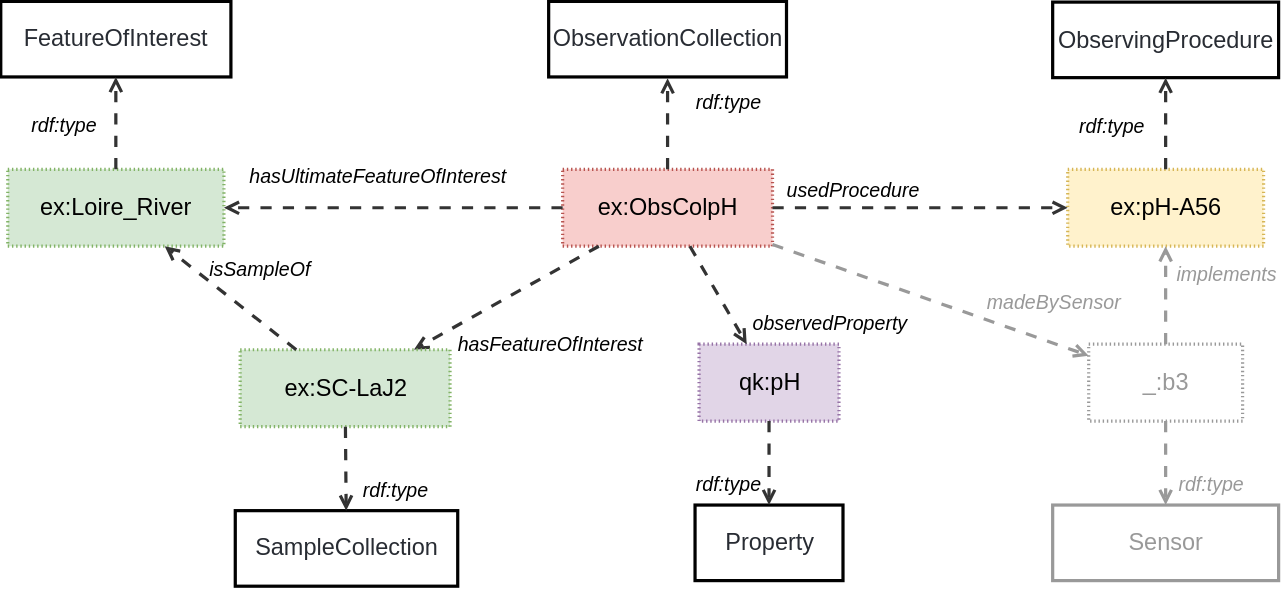
Earlier version of the draw.io export ssn/images/PlannedObservationCollection.svg (w3c/sdw-sosa-ssn). Source tidied: cells renumbered, new cells last; positions are measured from the earlier drawing's top-left corner, leaving out a move shared by most shapes.
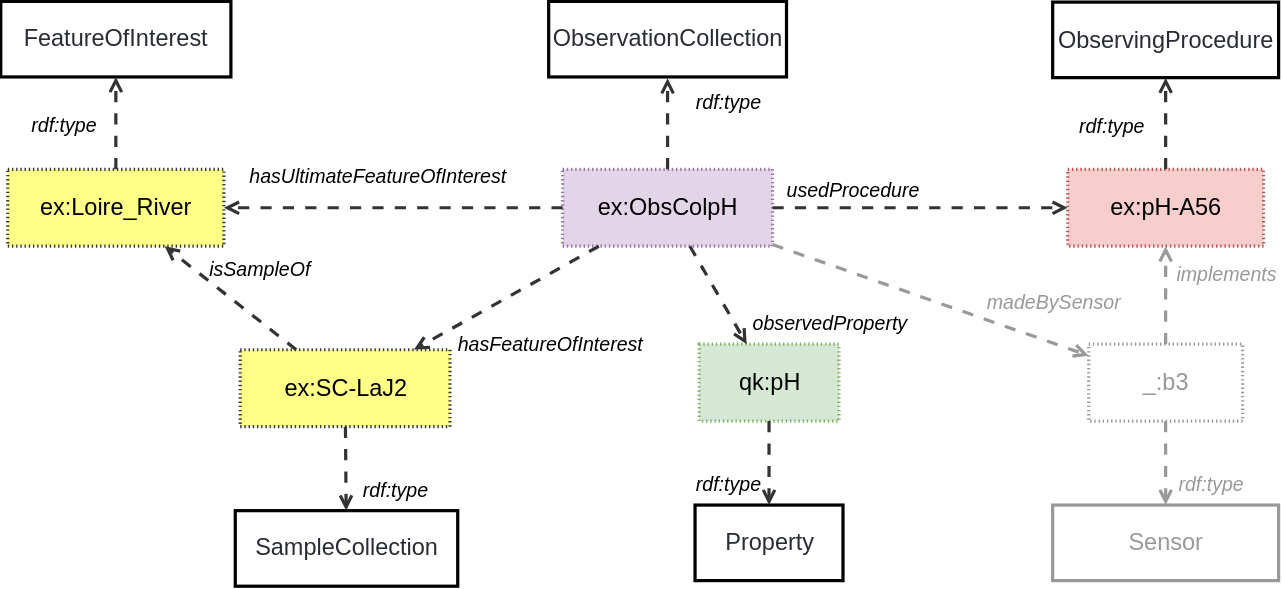
Later version of the same file.

Diff of the diagram source:
```diff
@@ -2,7 +2,7 @@
   <root>
     <mxCell id="0" />
     <mxCell id="1" parent="0" />
-    <mxCell id="2" value="ex:ObsColpH" style="html=1;overflow=block;blockSpacing=1;whiteSpace=wrap;fontSize=16.8;align=center;spacing=0;strokeOpacity=100;fillColor=#f8cecc;dashed=1;fixDash=1;dashPattern=1 2;strokeWidth=2.3;strokeColor=#b85450;" parent="1" vertex="1">
+    <mxCell id="2" value="ex:ObsColpH" style="html=1;overflow=block;blockSpacing=1;whiteSpace=wrap;fontSize=16.8;align=center;spacing=0;strokeOpacity=100;fillColor=#e1d5e7;dashed=1;fixDash=1;dashPattern=1 2;strokeWidth=2.3;strokeColor=#9673a6;" parent="1" vertex="1">
       <mxGeometry x="402" y="120" width="150" height="55" as="geometry" />
     </mxCell>
     <mxCell id="3" value="ObservationCollection" style="html=1;overflow=block;blockSpacing=1;whiteSpace=wrap;fontSize=16.8;fontColor=#282c33;align=center;spacing=0;strokeOpacity=100;fillColor=none;strokeWidth=2.3;" parent="1" vertex="1">
@@ -14,7 +14,7 @@
     <mxCell id="5" value="rdf:type" style="html=1;overflow=block;blockSpacing=1;whiteSpace=wrap;fontSize=14;fontStyle=2;align=center;spacing=0;strokeColor=none;strokeOpacity=100;fillOpacity=100;fillColor=none;strokeWidth=2.3;lucidId=ZyNQdXScJ7d8;" parent="1" vertex="1">
       <mxGeometry x="483" y="57" width="75" height="30" as="geometry" />
     </mxCell>
-    <mxCell id="6" value="ex:Loire_River" style="html=1;overflow=block;blockSpacing=1;whiteSpace=wrap;fontSize=16.8;align=center;spacing=0;strokeOpacity=100;fillColor=#d5e8d4;dashed=1;fixDash=1;dashPattern=1 2;strokeWidth=2.3;strokeColor=#82b366;" parent="1" vertex="1">
+    <mxCell id="6" value="ex:Loire_River" style="html=1;overflow=block;blockSpacing=1;whiteSpace=wrap;fontSize=16.8;align=center;spacing=0;strokeOpacity=100;fillColor=#ffff88;dashed=1;fixDash=1;dashPattern=1 2;strokeWidth=2.3;strokeColor=#36393d;" parent="1" vertex="1">
       <mxGeometry x="5.4" y="120" width="154.5" height="55" as="geometry" />
     </mxCell>
     <mxCell id="7" style="html=1;jettySize=18;whiteSpace=wrap;fontSize=13;strokeColor=#333333;strokeOpacity=100;dashed=1;fixDash=1;dashPattern=8 8;strokeWidth=2.3;rounded=0;arcSize=24;startArrow=none;endArrow=open;lucidId=a.MQUB3mGXbf;exitX=0;exitY=0.5;exitDx=0;exitDy=0;" parent="1" edge="1" source="2" target="6">
@@ -41,7 +41,7 @@
     <mxCell id="14" value="hasFeatureOfInterest" style="html=1;overflow=block;blockSpacing=1;whiteSpace=wrap;fontSize=14;fontStyle=2;align=center;spacing=0;strokeColor=none;strokeOpacity=100;fillOpacity=100;fillColor=none;strokeWidth=2.3;lucidId=a.MQIzYVmevB;" parent="1" vertex="1">
       <mxGeometry x="327" y="230" width="75" height="30" as="geometry" />
     </mxCell>
-    <mxCell id="15" value="ex:pH-A56" style="html=1;overflow=block;blockSpacing=1;whiteSpace=wrap;fontSize=16.8;align=center;spacing=0;strokeOpacity=100;fillColor=#fff2cc;dashed=1;fixDash=1;dashPattern=1 2;strokeWidth=2.3;strokeColor=#d6b656;" parent="1" vertex="1">
+    <mxCell id="15" value="ex:pH-A56" style="html=1;overflow=block;blockSpacing=1;whiteSpace=wrap;fontSize=16.8;align=center;spacing=0;strokeOpacity=100;fillColor=#f8cecc;dashed=1;fixDash=1;dashPattern=1 2;strokeWidth=2.3;strokeColor=#b85450;" parent="1" vertex="1">
       <mxGeometry x="763" y="120" width="140" height="55" as="geometry" />
     </mxCell>
     <mxCell id="16" value="ObservingProcedure" style="html=1;overflow=block;blockSpacing=1;whiteSpace=wrap;fontSize=16.8;fontColor=#282c33;align=center;spacing=0;strokeOpacity=100;fillColor=none;strokeWidth=2.3;" parent="1" vertex="1">
@@ -56,7 +56,7 @@
     <mxCell id="19" value="usedProcedure" style="html=1;overflow=block;blockSpacing=1;whiteSpace=wrap;fontSize=14;fontStyle=2;align=center;spacing=0;strokeColor=none;strokeOpacity=100;fillOpacity=100;fillColor=none;strokeWidth=2.3;lucidId=ZyNQdXScJ7d8;" parent="1" vertex="1">
       <mxGeometry x="562" y="120" width="75" height="30" as="geometry" />
     </mxCell>
-    <mxCell id="20" value="ex:SC-LaJ2" style="html=1;overflow=block;blockSpacing=1;whiteSpace=wrap;fontSize=16.8;align=center;spacing=0;strokeOpacity=100;fillColor=#d5e8d4;dashed=1;fixDash=1;dashPattern=1 2;strokeWidth=2.3;strokeColor=#82b366;" parent="1" vertex="1">
+    <mxCell id="20" value="ex:SC-LaJ2" style="html=1;overflow=block;blockSpacing=1;whiteSpace=wrap;fontSize=16.8;align=center;spacing=0;strokeOpacity=100;fillColor=#ffff88;dashed=1;fixDash=1;dashPattern=1 2;strokeWidth=2.3;strokeColor=#36393d;" parent="1" vertex="1">
       <mxGeometry x="171.5" y="249" width="150" height="55" as="geometry" />
     </mxCell>
     <mxCell id="21" value="SampleCollection" style="html=1;overflow=block;blockSpacing=1;whiteSpace=wrap;fontSize=16.8;fontColor=#282c33;align=center;spacing=0;strokeOpacity=100;fillColor=none;strokeWidth=2.3;" parent="1" vertex="1">
@@ -77,7 +77,7 @@
     <mxCell id="26" value="rdf:type" style="html=1;overflow=block;blockSpacing=1;whiteSpace=wrap;fontSize=14;fontStyle=2;align=center;spacing=0;strokeColor=none;strokeOpacity=100;fillOpacity=100;fillColor=none;strokeWidth=2.3;lucidId=ZyNQdXScJ7d8;" parent="1" vertex="1">
       <mxGeometry x="483" y="330" width="75" height="30" as="geometry" />
     </mxCell>
-    <mxCell id="27" value="qk:pH" style="html=1;overflow=block;blockSpacing=1;whiteSpace=wrap;fontSize=16.8;align=center;spacing=0;strokeOpacity=100;fillColor=#e1d5e7;dashed=1;fixDash=1;dashPattern=1 2;strokeWidth=2.3;strokeColor=#9673a6;" parent="1" vertex="1">
+    <mxCell id="27" value="qk:pH" style="html=1;overflow=block;blockSpacing=1;whiteSpace=wrap;fontSize=16.8;align=center;spacing=0;strokeOpacity=100;fillColor=#d5e8d4;dashed=1;fixDash=1;dashPattern=1 2;strokeWidth=2.3;strokeColor=#82b366;" parent="1" vertex="1">
       <mxGeometry x="499.5" y="245" width="100" height="55" as="geometry" />
     </mxCell>
     <mxCell id="28" value="Property" style="html=1;overflow=block;blockSpacing=1;whiteSpace=wrap;fontSize=16.8;fontColor=#282c33;align=center;spacing=0;strokeOpacity=100;fillColor=none;strokeWidth=2.3;" parent="1" vertex="1">
```
